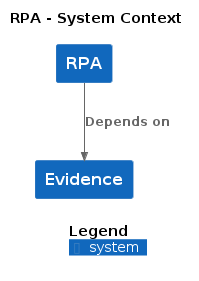
The PlantUML diagram docs/c4/rpa/images/structurizr-rpa-context.png in hmcts/cnp-api-docs, before a commit. Source of this version:
```plantuml
@startuml
set separator none
title RPA - System Context

top to bottom direction

!include <C4/C4>
!include <C4/C4_Context>

System(Evidence, "Evidence", $descr="", $tags="", $link="")
System(RPA, "RPA", $descr="", $tags="", $link="")

Rel_D(RPA, Evidence, "Depends on", $techn="", $tags="", $link="")

SHOW_DYNAMIC_LEGEND()
@enduml
```
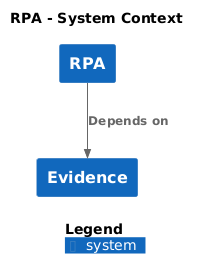
After the commit.

The edit, as a diff of the source:
```diff
@@ -10,7 +10,7 @@
 System(Evidence, "Evidence", $descr="", $tags="", $link="")
 System(RPA, "RPA", $descr="", $tags="", $link="")
 
-Rel_D(RPA, Evidence, "Depends on", $techn="", $tags="", $link="")
+Rel(RPA, Evidence, "Depends on", $techn="", $tags="", $link="")
 
 SHOW_DYNAMIC_LEGEND()
 @enduml
```
